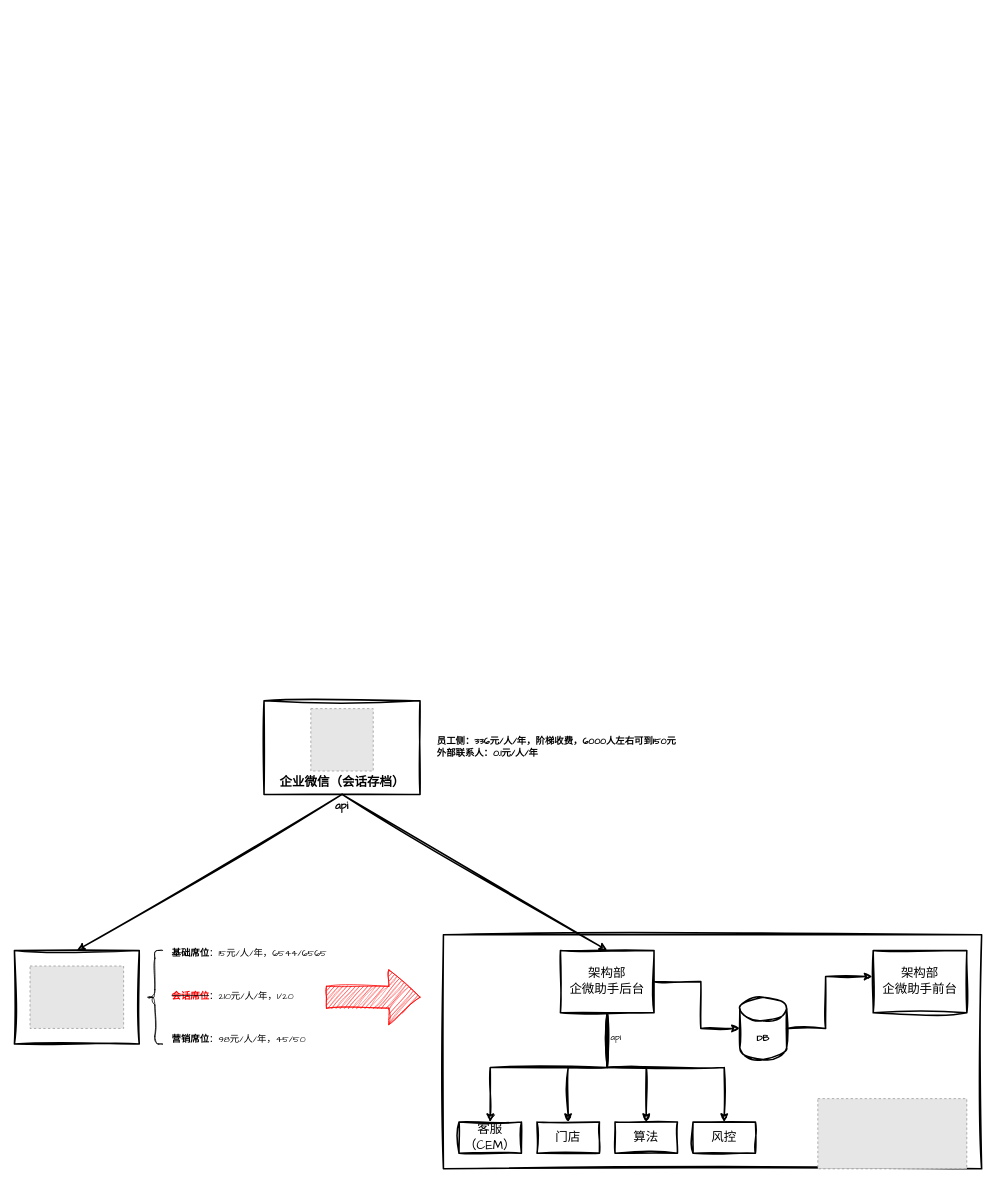
Above: tech/企微.drawio in zhuanzhuan-tech/arch-draw-io (draw.io), before the change. Source tidied: cells renumbered, new cells numbered last; positions are measured from the earlier drawing's top-left corner, leaving out a move shared by most shapes. Both pictures are drawn from the tidied source at 78%, with x=0, y=0 at pixel (14, 700). Pictures stored in the file or linked from it are replaced by grey dashed boxes.
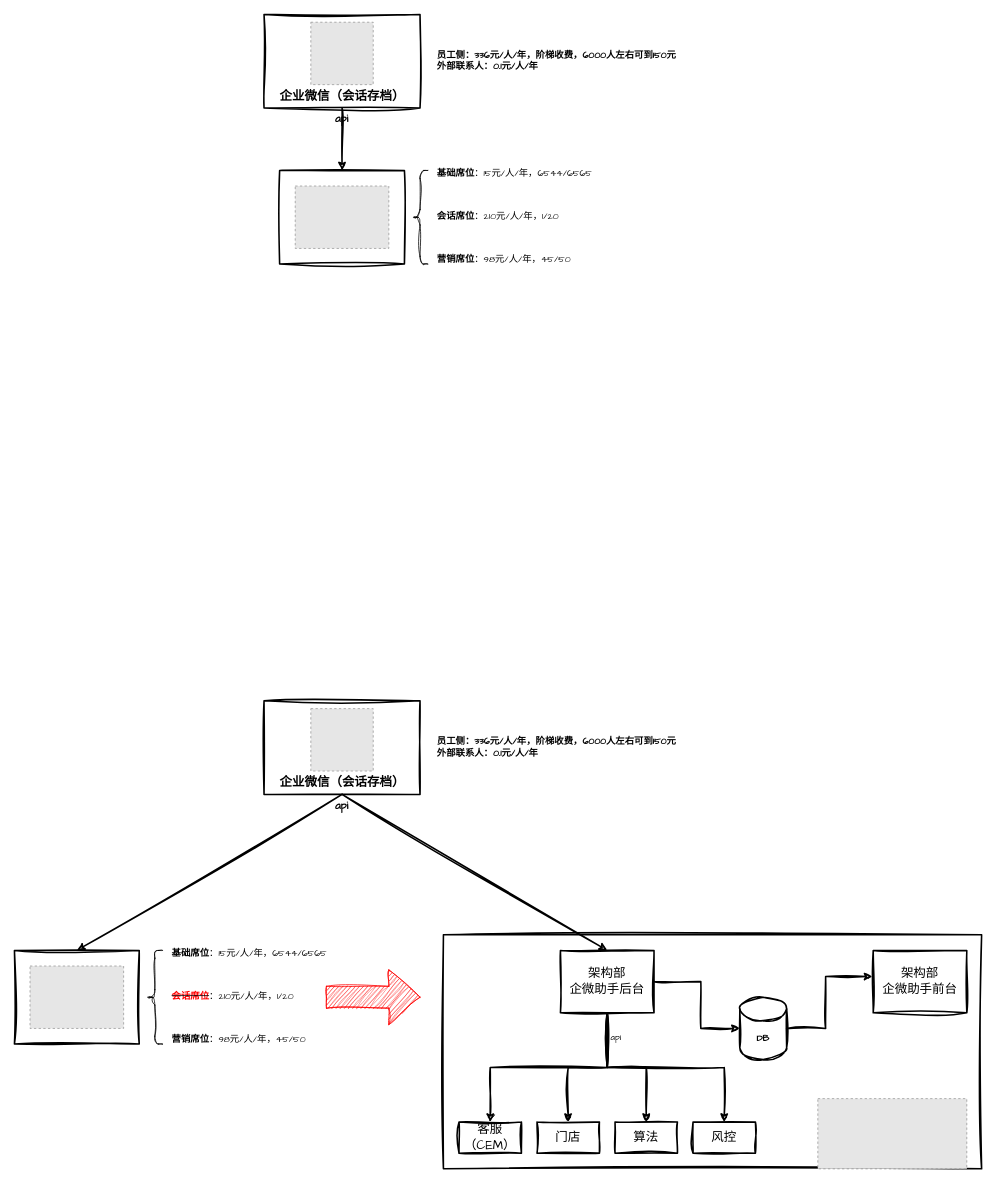
Above is the later version.

What changed in the source:
```diff
@@
+    <mxCell id="32" style="rounded=0;whiteSpace=wrap;html=1;sketch=1;hachureGap=4;jiggle=2;curveFitting=1;fontFamily=Architects Daughter;strokeWidth=2;fillColor=none;" parent="1" vertex="1">
+      <mxGeometry x="340" y="-680" width="160" height="120" as="geometry" />
+    </mxCell>
+    <mxCell id="33" style="rounded=0;whiteSpace=wrap;html=1;sketch=1;hachureGap=4;jiggle=2;curveFitting=1;fontFamily=Architects Daughter;strokeWidth=2;fillColor=none;" parent="1" vertex="1">
+      <mxGeometry x="320" y="-880" width="200" height="120" as="geometry" />
+    </mxCell>
+    <mxCell id="34" style="fillColor=#E6E6E6;strokeColor=#999999;dashed=1;verticalLabelPosition=bottom;labelBackgroundColor=default;verticalAlign=top;" parent="1" vertex="1">
+      <mxGeometry x="380" y="-870" width="80" height="80" as="geometry" />
+    </mxCell>
+    <mxCell id="35" value="&lt;font style=&quot;font-size: 16px;&quot;&gt;&lt;b style=&quot;&quot;&gt;企业微信（会话存档）&lt;/b&gt;&lt;/font&gt;" style="text;html=1;whiteSpace=wrap;strokeColor=none;fillColor=none;align=center;verticalAlign=middle;rounded=0;fontFamily=Architects Daughter;" parent="1" vertex="1">
+      <mxGeometry x="333.8" y="-790" width="172.5" height="30" as="geometry" />
+    </mxCell>
+    <mxCell id="36" value="&lt;b&gt;员工侧：336元/人/年，阶梯收费，6000人左右可到150元&lt;/b&gt;&lt;div&gt;&lt;b&gt;外部联系人：0.1元/人/年&lt;/b&gt;&lt;/div&gt;" style="text;html=1;whiteSpace=wrap;strokeColor=none;fillColor=none;align=left;verticalAlign=middle;rounded=0;fontFamily=Architects Daughter;" parent="1" vertex="1">
+      <mxGeometry x="540" y="-830" width="340" height="20" as="geometry" />
+    </mxCell>
+    <mxCell id="37" style="fillColor=#E6E6E6;strokeColor=#999999;dashed=1;verticalLabelPosition=bottom;labelBackgroundColor=default;verticalAlign=top;" parent="1" vertex="1">
+      <mxGeometry x="360" y="-660" width="120" height="80" as="geometry" />
+    </mxCell>
+    <mxCell id="38" style="endArrow=classic;html=1;rounded=0;sketch=1;hachureGap=4;jiggle=2;curveFitting=1;fontFamily=Architects Daughter;entryX=0.5;entryY=0;entryDx=0;entryDy=0;strokeWidth=2;exitX=0.5;exitY=1;exitDx=0;exitDy=0;" parent="1" edge="1" source="35" target="32">
+      <mxGeometry relative="1" as="geometry" />
+    </mxCell>
+    <mxCell id="39" style="shape=curlyBracket;whiteSpace=wrap;html=1;rounded=1;labelPosition=left;verticalLabelPosition=middle;align=right;verticalAlign=middle;sketch=1;hachureGap=4;jiggle=2;curveFitting=1;fontFamily=Architects Daughter;" parent="1" vertex="1">
+      <mxGeometry x="510" y="-680" width="20" height="120" as="geometry" />
+    </mxCell>
+    <mxCell id="40" value="&lt;b&gt;基础席位&lt;/b&gt;：15元/人/年，6544/6565" style="text;html=1;whiteSpace=wrap;strokeColor=none;fillColor=none;align=left;verticalAlign=middle;rounded=0;fontFamily=Architects Daughter;" parent="1" vertex="1">
+      <mxGeometry x="540" y="-690" width="230" height="30" as="geometry" />
+    </mxCell>
+    <mxCell id="41" value="&lt;font style=&quot;color: rgb(0, 0, 0);&quot;&gt;&lt;b style=&quot;&quot;&gt;会话席位&lt;/b&gt;&lt;/font&gt;：210元/人/年，1/20" style="text;html=1;whiteSpace=wrap;strokeColor=none;fillColor=none;align=left;verticalAlign=middle;rounded=0;fontFamily=Architects Daughter;" parent="1" vertex="1">
+      <mxGeometry x="540" y="-635" width="230" height="30" as="geometry" />
+    </mxCell>
+    <mxCell id="42" value="&lt;b&gt;营销席位&lt;/b&gt;：98元/人/年，45/50" style="text;html=1;whiteSpace=wrap;strokeColor=none;fillColor=none;align=left;verticalAlign=middle;rounded=0;fontFamily=Architects Daughter;" parent="1" vertex="1">
+      <mxGeometry x="540" y="-580" width="230" height="30" as="geometry" />
+    </mxCell>
+    <mxCell id="43" value="&lt;font style=&quot;font-size: 14px;&quot;&gt;&lt;b&gt;api&lt;/b&gt;&lt;/font&gt;" style="text;html=1;whiteSpace=wrap;strokeColor=none;fillColor=none;align=center;verticalAlign=middle;rounded=0;fontFamily=Architects Daughter;" parent="1" vertex="1">
+      <mxGeometry x="390" y="-760" width="60" height="30" as="geometry" />
+    </mxCell>
```
